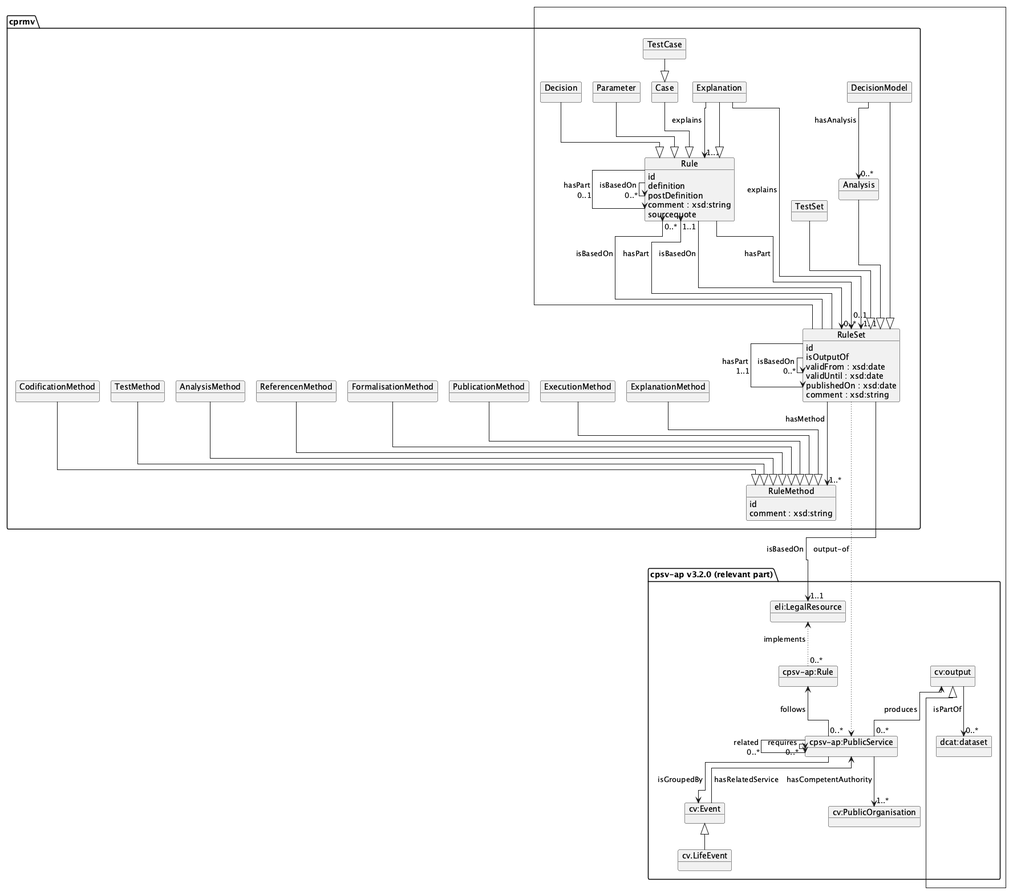
Above: serve_api/respec/media/overview.png in open-regels/cprmv (PlantUML), before the change. Source of this version:
```plantuml
@startuml
!pragma layout elk
left to right direction

package cprmv {
    object "RuleSet" as RuleSet {
        id
        isOutputOf
        validFrom : xsd:date
        validUntil : xsd:date
        publishedOn : xsd:date
        comment : xsd:string
    }
    object "Analysis" as Analysis {
    }
    object "DecisionModel" as DecisionModel {
    }
    object "Rule" as Rule {
        id
        definition
        postDefinition
        comment : xsd:string
        sourcequote
    }
    object "Parameter" as Parameter {
    }
    object "RuleMethod" as RuleMethod {
        id
        comment : xsd:string
    }
    object "AnalysisMethod" as AnalysisMethod {
    }
    object "FormalisationMethod" as FormalisationMethod {
    }
    object "CodificationMethod" as CodificationMethod {
    }
    object "ExecutionMethod" as ExecutionMethod {
    }
    object "ExplanationMethod" as ExplanationMethod {
    }
    object "TestMethod" as TestMethod {
    }
    object "PublicationMethod" as PublicationMethod {
    }
    object "ReferencenMethod" as ReferencenMethod {
    }
    object "Explanation" as Explanation {
    }
    object "TestCase" as TestCase {
    }
    object "TestSet" as TestSet {
    }
    object "Decision" as Decision {
    }
    object "Case" as Case {
    }
    RuleSet --> "0..*" RuleSet : isBasedOn
    RuleSet --> "0..*" Rule : isBasedOn
    RuleSet --> "1..*" RuleMethod : hasMethod
    RuleSet --> "1..1" RuleSet : hasPart
    RuleSet --> "1..1" Rule : hasPart
    Analysis --|> RuleSet
    DecisionModel --> "0..*" Analysis : hasAnalysis
    DecisionModel --|> RuleSet
    Rule --> "0..*" RuleSet : isBasedOn
    Rule --> "0..*" Rule : isBasedOn
    Rule --> "0..1" RuleSet : hasPart
    Rule --> "0..1" Rule : hasPart
    Parameter --|> Rule
    AnalysisMethod --|> RuleMethod
    FormalisationMethod --|> RuleMethod
    CodificationMethod --|> RuleMethod
    ExecutionMethod --|> RuleMethod
    ExplanationMethod --|> RuleMethod
    TestMethod --|> RuleMethod
    PublicationMethod --|> RuleMethod
    ReferencenMethod --|> RuleMethod
    Explanation --> "1..1" RuleSet : explains
    Explanation --> "1..1" Rule : explains
    Explanation --|> Rule
    TestCase --|> Case
    TestSet --|> RuleSet
    Decision --|> Rule
    Case --|> Rule

}


package "cpsv-ap v3.2.0 (relevant part)" as cpsv-ap {
    object "cpsv-ap:Rule" as cpsvrule
    object "cpsv-ap:PublicService" as service
    service "0..*" -u-> cpsvrule : follows

    object "eli:LegalResource" as legalresource
    legalresource <-[dotted]- "0..*" cpsvrule : implements
    object "cv:output" as output
    service "0..*" -l-> output : produces
    object "dcat:dataset" as dcat
    output --> "0..*" dcat : isPartOf
    object "cv:Event" as event
    object "cv.LifeEvent" as lifeevent
    lifeevent -u-|> event
    service <-- event : hasRelatedService
    service --> event : isGroupedBy

    object "cv:PublicOrganisation" as organisation
    service --> "1..*" organisation : hasCompetentAuthority

    service "0..*" --> service : requires
    service "0..*" --> service : related
}




RuleSet --> "1..1" legalresource : isBasedOn
RuleSet  -[dotted]-> service : "output-of"
output <|--  RuleSet


@enduml
```
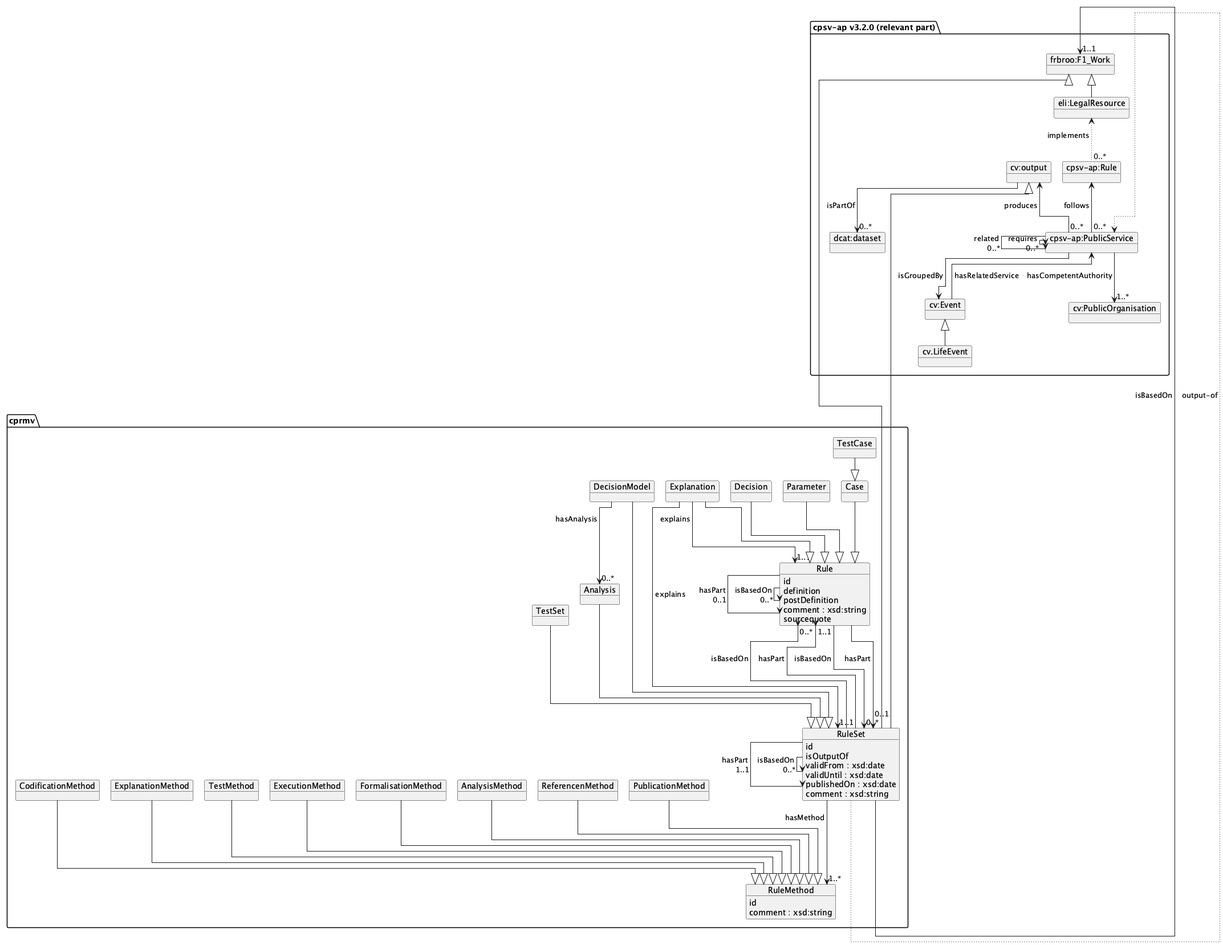
Later version of the same file.

What changed in the source:
```diff
@@ -91,7 +91,9 @@
     object "cpsv-ap:PublicService" as service
     service "0..*" -u-> cpsvrule : follows
 
+    object "frbroo:F1_Work" as frbrooWork
     object "eli:LegalResource" as legalresource
+    frbrooWork <|-- legalresource
     legalresource <-[dotted]- "0..*" cpsvrule : implements
     object "cv:output" as output
     service "0..*" -l-> output : produces
@@ -113,9 +115,9 @@
 
 
 
-RuleSet --> "1..1" legalresource : isBasedOn
+RuleSet --> "1..1" frbrooWork : isBasedOn
 RuleSet  -[dotted]-> service : "output-of"
 output <|--  RuleSet
-
+frbrooWork <|--  RuleSet
 
 @enduml
```
